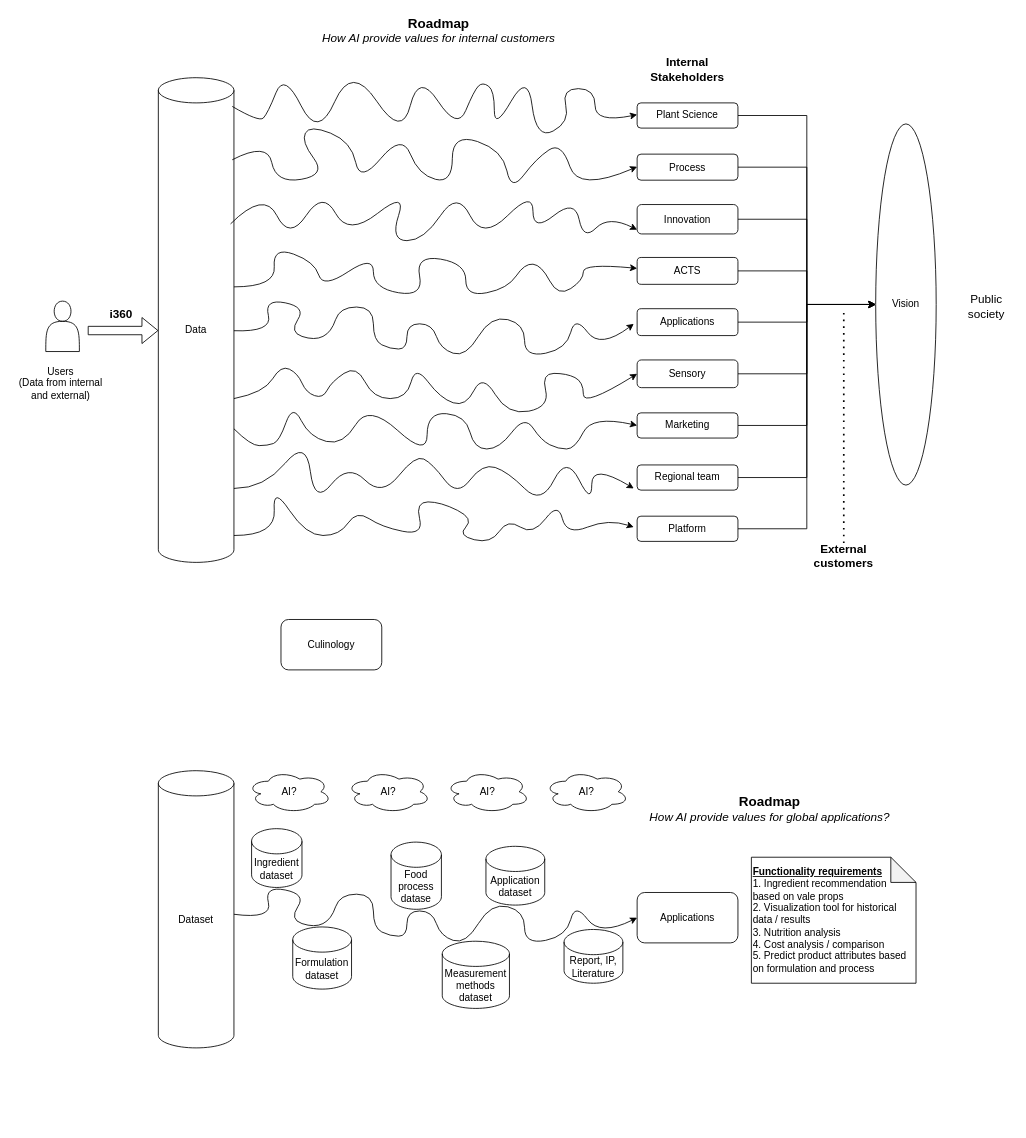
Above: Untitled Diagram.drawio in ilvfruits/hello-world (draw.io), before the change. Source tidied: cells renumbered, new cells numbered last; positions are measured from the earlier drawing's top-left corner, leaving out a move shared by most shapes. Both pictures are drawn from the tidied source at 84%, with x=0, y=0 at pixel (14, 17).
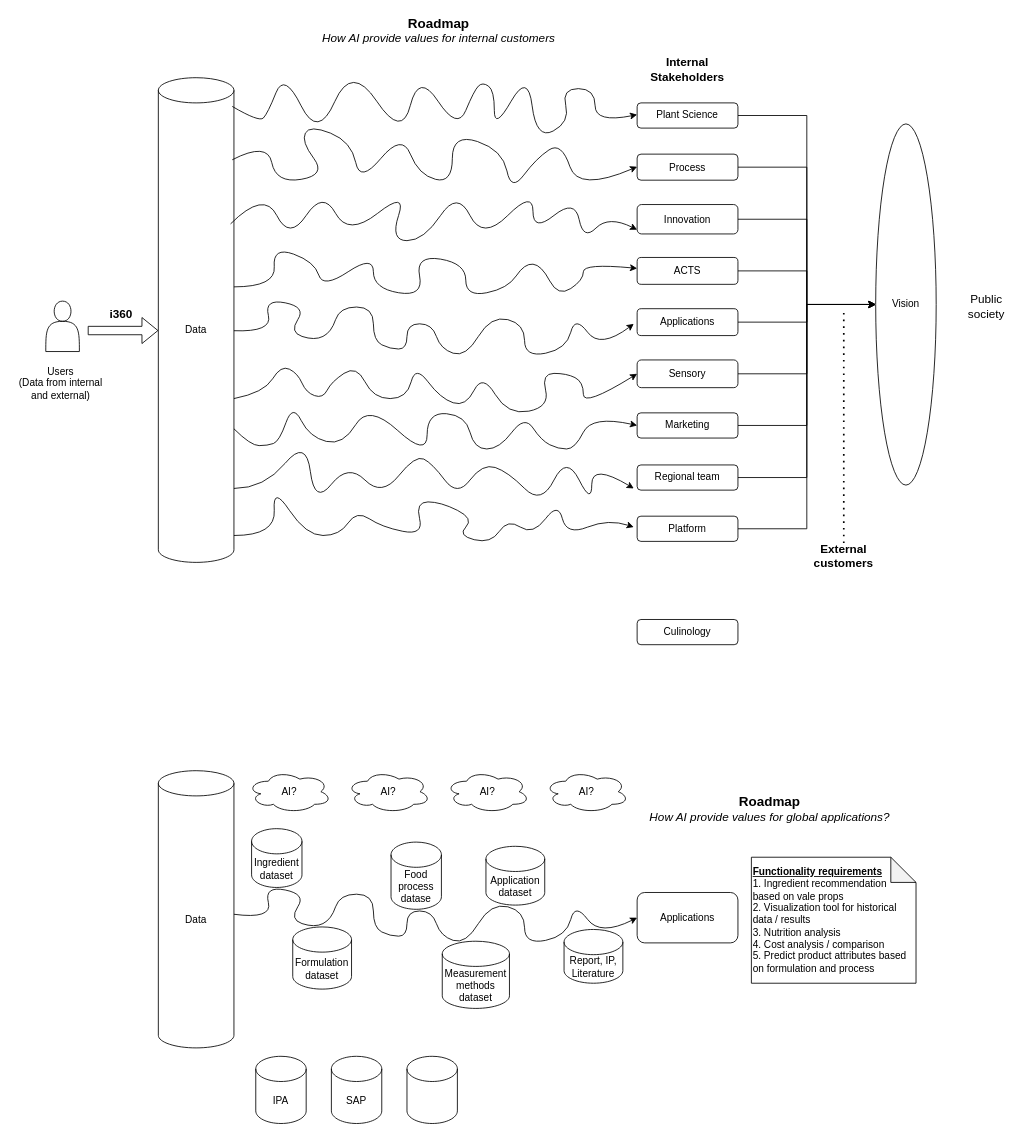
After the change.

The edit, as a diff of the source:
```diff
@@
-    <mxCell id="34" value="Dataset" style="shape=cylinder3;whiteSpace=wrap;html=1;boundedLbl=1;backgroundOutline=1;size=15;" parent="1" vertex="1">
+    <mxCell id="34" value="Data" style="shape=cylinder3;whiteSpace=wrap;html=1;boundedLbl=1;backgroundOutline=1;size=15;" parent="1" vertex="1">
       <mxGeometry x="171" y="897" width="90" height="330" as="geometry" />
     </mxCell>
@@
     <mxCell id="39" value="Culinology" style="rounded=1;whiteSpace=wrap;html=1;" parent="1" vertex="1">
-      <mxGeometry x="317" y="717" width="120" height="60" as="geometry" />
+      <mxGeometry x="741" y="717" width="120" height="30" as="geometry" />
     </mxCell>
@@
+    <mxCell id="56" value="IPA" style="shape=cylinder3;whiteSpace=wrap;html=1;boundedLbl=1;backgroundOutline=1;size=15;" parent="1" vertex="1">
+      <mxGeometry x="287" y="1237" width="60" height="80" as="geometry" />
+    </mxCell>
+    <mxCell id="57" value="SAP" style="shape=cylinder3;whiteSpace=wrap;html=1;boundedLbl=1;backgroundOutline=1;size=15;" parent="1" vertex="1">
+      <mxGeometry x="377" y="1237" width="60" height="80" as="geometry" />
+    </mxCell>
+    <mxCell id="58" style="shape=cylinder3;whiteSpace=wrap;html=1;boundedLbl=1;backgroundOutline=1;size=15;" parent="1" vertex="1">
+      <mxGeometry x="467" y="1237" width="60" height="80" as="geometry" />
+    </mxCell>
```
